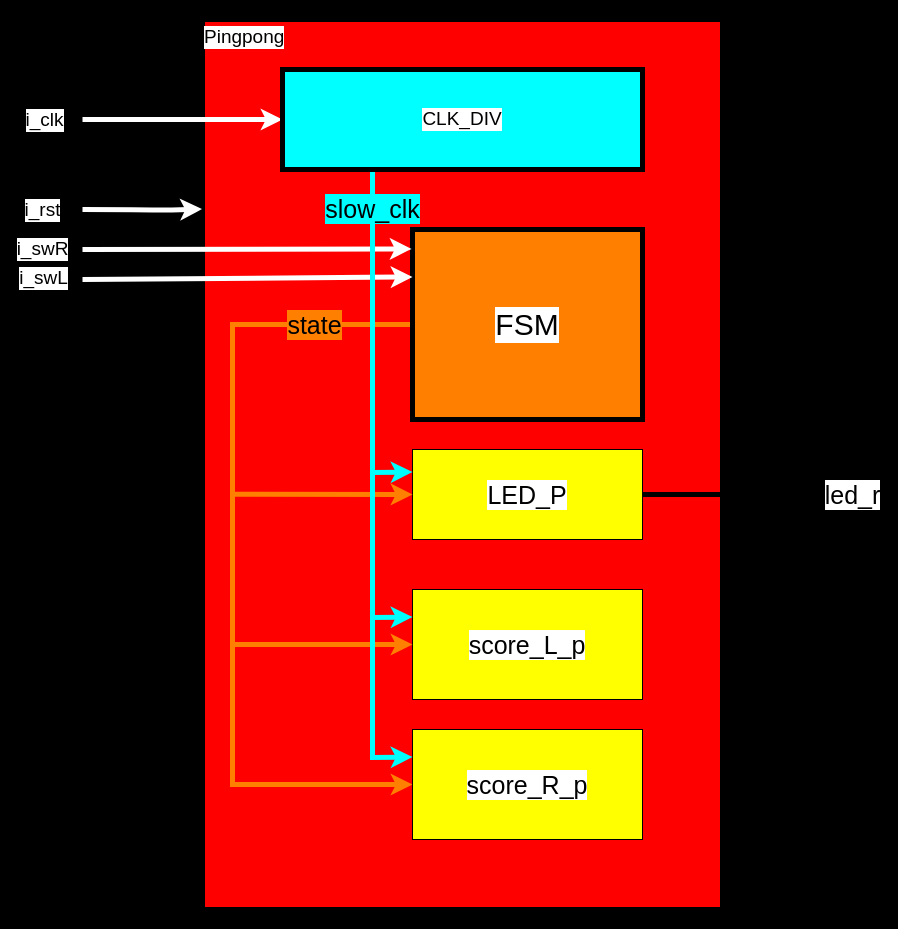
This is 5/架構圖.drawio from gordonpow/lab_hardware_test, a draw.io file, before an edit. Source tidied: cells renumbered, new cells numbered last; positions are measured from the earlier drawing's top-left corner, leaving out a move shared by most shapes. Both pictures are drawn from the tidied source at 100%, with x=0, y=0 at pixel (82, 19).
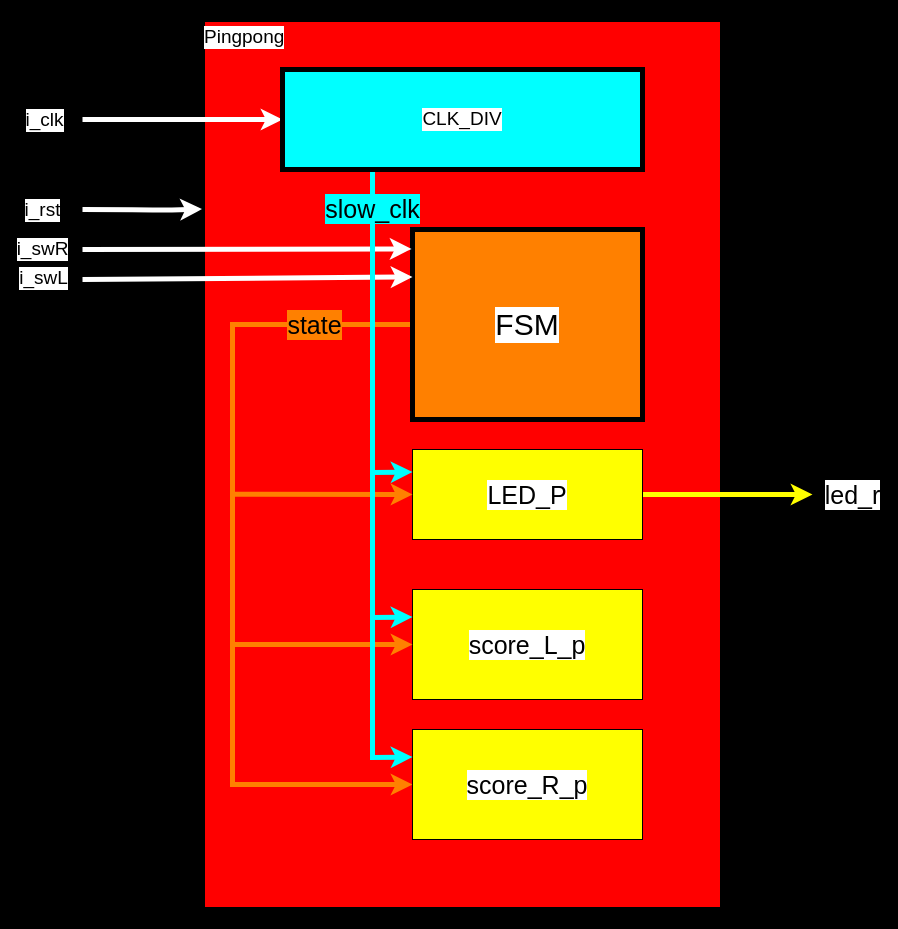
After the change.

Commit message (it also covers changes not shown here):
docs : readme.md fix img illustrate

The change refers to these unchanged cells:
```xml
<mxCell id="13" value="LED_P" style="rounded=0;whiteSpace=wrap;html=1;fillColor=#FFFF00;fontColor=#000000;fontSize=25;labelBackgroundColor=#FFFFFF;" parent="1" vertex="1">
  <mxGeometry x="330" y="430" width="230" height="90" as="geometry" />
</mxCell>
```

Diff of the diagram source:
```diff
@@
-    <mxCell id="12" value="led_r" style="edgeStyle=none;rounded=0;html=1;exitX=1;exitY=0.5;exitDx=0;exitDy=0;labelBackgroundColor=#FFFFFF;strokeWidth=5;fontSize=25;fontColor=#000000;strokeColor=default;" parent="1" edge="1" source="13">
+    <mxCell id="12" value="led_r" style="edgeStyle=none;rounded=0;html=1;exitX=1;exitY=0.5;exitDx=0;exitDy=0;labelBackgroundColor=#FFFFFF;strokeWidth=5;fontSize=25;fontColor=#000000;strokeColor=#FFFF00;" parent="1" edge="1" source="13">
       <mxGeometry x="1" y="40" relative="1" as="geometry">
         <mxPoint x="730" y="475" as="targetPoint" />
         <mxPoint x="40" y="40" as="offset" />
       </mxGeometry>
     </mxCell>
```
